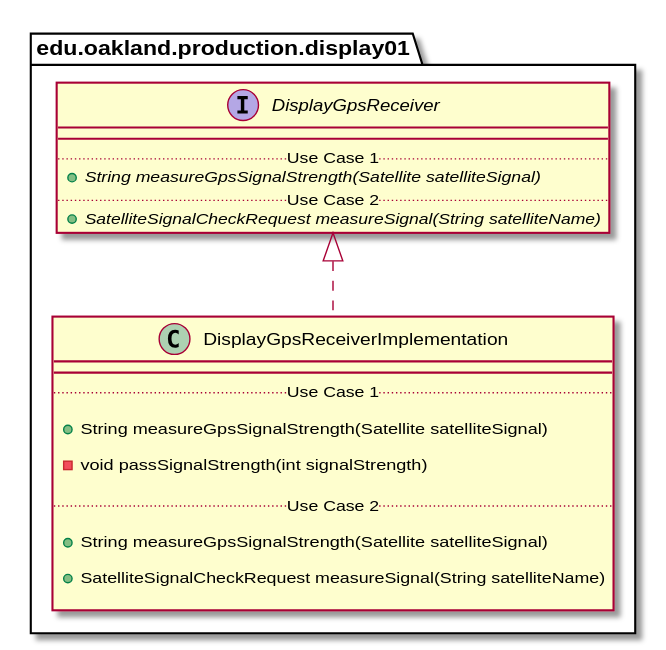
Earlier version of the PlantUML export docs/uml-class-diagrams/display01/production/DisplayGpsReceiverImplementation/DisplayGpsReceiverImplementation_DirectDependencies.svg (andrewdimmer/csi-3370-software-project).
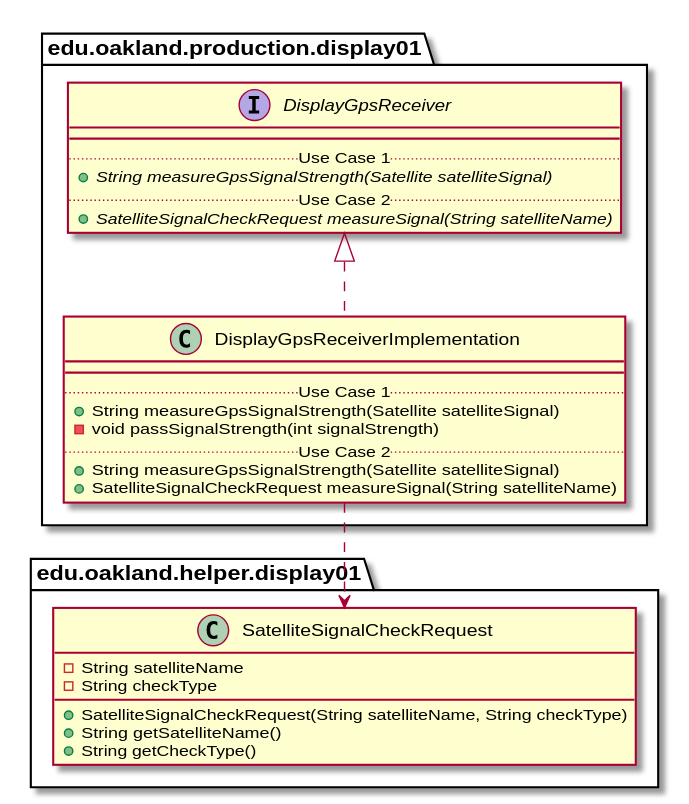
After the commit.

The edit, as a diff of the source:
```diff
@@ -5,17 +5,11 @@
     class DisplayGpsReceiverImplementation {
         __
         .. Use Case 1 ..
-
         + String measureGpsSignalStrength(Satellite satelliteSignal)
-
         - void passSignalStrength(int signalStrength)
-
         .. Use Case 2 ..
-
         + String measureGpsSignalStrength(Satellite satelliteSignal)
-
         + SatelliteSignalCheckRequest measureSignal(String satelliteName)
-
     }
 }
 
@@ -34,6 +28,17 @@
 DisplayGpsReceiverImplementation .up.|> DisplayGpsReceiver
 
 
+package edu.oakland.helper.display01 {
+    class SatelliteSignalCheckRequest {
+        - String satelliteName
+        - String checkType
+        + SatelliteSignalCheckRequest(String satelliteName, String checkType)
+        + String getSatelliteName()
+        + String getCheckType()
+    }
+}
+
+DisplayGpsReceiverImplementation ..> SatelliteSignalCheckRequest
 
 
 
```
